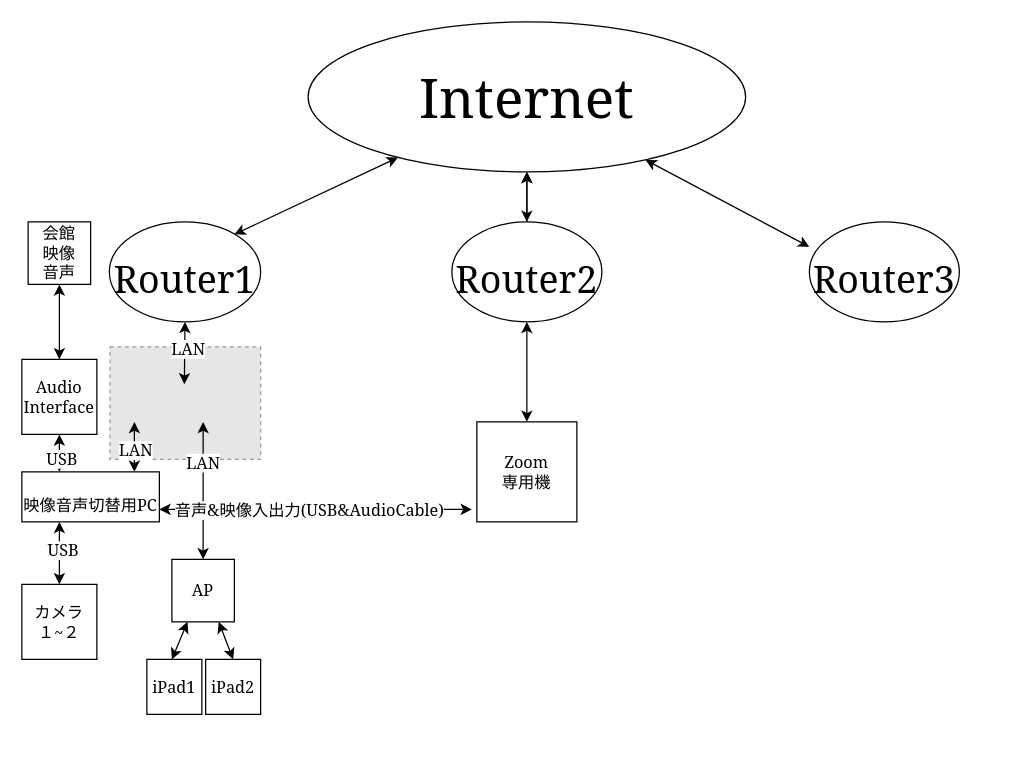
Earlier version of the draw.io diagram Untitled Diagram.drawio (SIGMA-L/storage2). Source tidied: cells renumbered, new cells numbered last; positions are measured from the earlier drawing's top-left corner, leaving out a move shared by most shapes. Both pictures are drawn from the tidied source at 125%, with x=0, y=0 at pixel (21, 21). Pictures stored in the file or linked from it are replaced by grey dashed boxes.
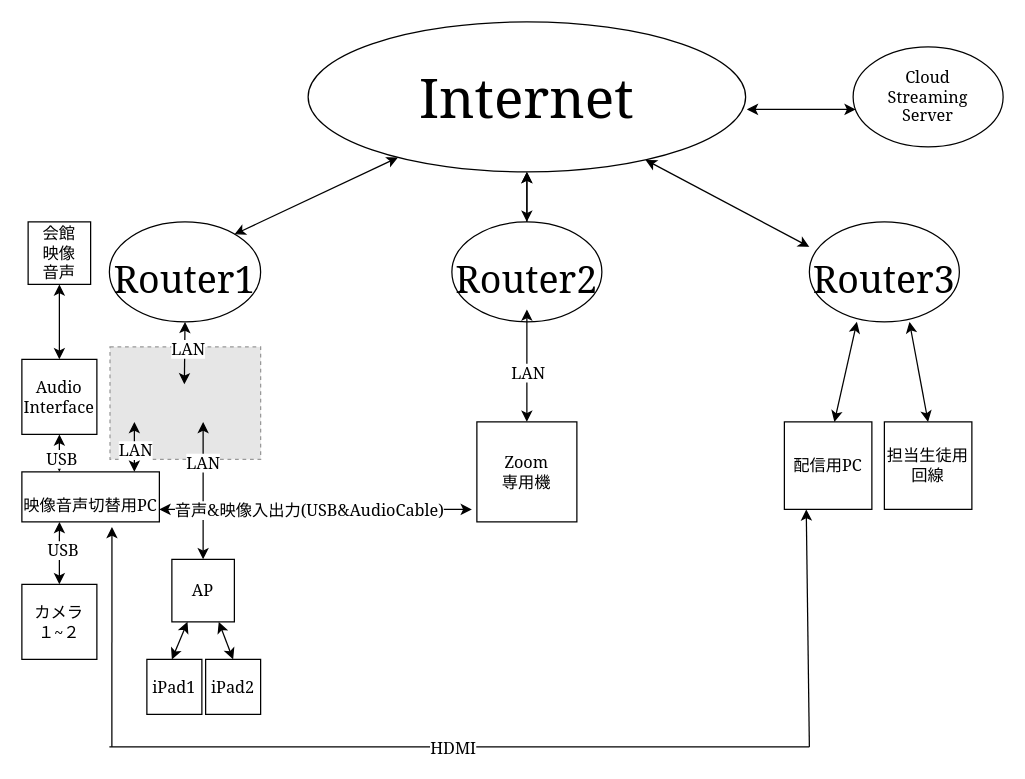
Above is the later version.

Unchanged cells that the change refers to:
```xml
<mxCell id="5" value="&lt;font style=&quot;font-size: 30px&quot;&gt;Router3&lt;/font&gt;" style="ellipse;whiteSpace=wrap;html=1;fontFamily=Georgia;fontSize=44;" parent="1" vertex="1">
  <mxGeometry x="630" y="160" width="120" height="80" as="geometry" />
</mxCell>
<mxCell id="7" value="&lt;font style=&quot;font-size: 30px&quot;&gt;Router2&lt;/font&gt;" style="ellipse;whiteSpace=wrap;html=1;fontFamily=Georgia;fontSize=44;" parent="1" vertex="1">
  <mxGeometry x="344" y="160" width="120" height="80" as="geometry" />
</mxCell>
<mxCell id="15" value="&lt;span style=&quot;font-size: 13px&quot;&gt;映像音声切替用PC&lt;/span&gt;" style="rounded=0;whiteSpace=wrap;html=1;fontFamily=Georgia;fontSize=30;" parent="1" vertex="1">
  <mxGeometry y="360" width="110" height="40" as="geometry" />
</mxCell>
<mxCell id="28" value="Zoom&lt;br&gt;専用機" style="whiteSpace=wrap;html=1;fontFamily=Georgia;fontSize=13;" parent="1" vertex="1">
  <mxGeometry x="364" y="320" width="80" height="80" as="geometry" />
</mxCell>
```

Change to the diagram source:
```diff
@@
-    <mxCell id="32" style="endArrow=classic;startArrow=classic;html=1;rounded=0;fontFamily=Georgia;fontSize=13;entryX=0.5;entryY=1;entryDx=0;entryDy=0;" parent="1" edge="1" target="7">
+    <mxCell id="32" style="endArrow=classic;startArrow=classic;html=1;rounded=0;fontFamily=Georgia;fontSize=13;entryX=0.5;entryY=1;entryDx=0;entryDy=0;exitX=0.5;exitY=0;exitDx=0;exitDy=0;" parent="1" edge="1" source="28">
       <mxGeometry relative="1" as="geometry">
-        <mxPoint x="404" y="320" as="sourcePoint" />
+        <mxPoint x="404" y="230" as="targetPoint" />
       </mxGeometry>
     </mxCell>
+    <mxCell id="35" value="LAN" style="edgeLabel;html=1;align=center;verticalAlign=middle;fontSize=13;fontFamily=Georgia;" parent="32" vertex="1">
+      <mxGeometry x="-0.25" y="1" relative="1" as="geometry">
+        <mxPoint x="1" y="-6" as="offset" />
+      </mxGeometry>
+    </mxCell>
@@
+    <mxCell id="36" value="配信用PC" style="whiteSpace=wrap;html=1;fontFamily=Georgia;fontSize=13;" parent="1" vertex="1">
+      <mxGeometry x="610" y="320" width="70" height="70" as="geometry" />
+    </mxCell>
+    <mxCell id="37" value="担当生徒用&lt;br&gt;回線" style="whiteSpace=wrap;html=1;fontFamily=Georgia;fontSize=13;" parent="1" vertex="1">
+      <mxGeometry x="690" y="320" width="70" height="70" as="geometry" />
+    </mxCell>
+    <mxCell id="38" style="endArrow=classic;startArrow=classic;html=1;rounded=0;fontFamily=Georgia;fontSize=13;entryX=0.317;entryY=1;entryDx=0;entryDy=0;entryPerimeter=0;" parent="1" edge="1" target="5">
+      <mxGeometry relative="1" as="geometry">
+        <mxPoint x="650" y="320" as="sourcePoint" />
+      </mxGeometry>
+    </mxCell>
+    <mxCell id="39" style="endArrow=classic;startArrow=classic;html=1;rounded=0;fontFamily=Georgia;fontSize=13;entryX=0.667;entryY=1;entryDx=0;entryDy=0;entryPerimeter=0;exitX=0.5;exitY=0;exitDx=0;exitDy=0;" parent="1" edge="1" source="37" target="5">
+      <mxGeometry relative="1" as="geometry" />
+    </mxCell>
+    <mxCell id="40" value="Cloud&lt;br&gt;Streaming&lt;br&gt;Server" style="ellipse;whiteSpace=wrap;html=1;fontFamily=Georgia;fontSize=13;" parent="1" vertex="1">
+      <mxGeometry x="665" y="20" width="120" height="80" as="geometry" />
+    </mxCell>
+    <mxCell id="41" style="endArrow=classic;startArrow=classic;html=1;rounded=0;fontFamily=Georgia;fontSize=13;entryX=0.017;entryY=0.625;entryDx=0;entryDy=0;entryPerimeter=0;" parent="1" edge="1" target="40">
+      <mxGeometry relative="1" as="geometry">
+        <mxPoint x="580" y="70" as="sourcePoint" />
+      </mxGeometry>
+    </mxCell>
+    <mxCell id="42" style="endArrow=classic;html=1;rounded=0;fontFamily=Georgia;fontSize=13;entryX=0.25;entryY=1;entryDx=0;entryDy=0;" parent="1" edge="1" target="36">
+      <mxGeometry relative="1" as="geometry">
+        <mxPoint x="630" y="580" as="sourcePoint" />
+      </mxGeometry>
+    </mxCell>
+    <mxCell id="43" style="endArrow=classic;html=1;rounded=0;fontFamily=Georgia;fontSize=13;entryX=0.655;entryY=1.1;entryDx=0;entryDy=0;entryPerimeter=0;" parent="1" edge="1" target="15">
+      <mxGeometry relative="1" as="geometry">
+        <mxPoint x="72" y="580" as="sourcePoint" />
+      </mxGeometry>
+    </mxCell>
+    <mxCell id="44" style="endArrow=none;html=1;rounded=0;fontFamily=Georgia;fontSize=13;" parent="1" edge="1">
+      <mxGeometry relative="1" as="geometry">
+        <mxPoint x="70" y="580" as="sourcePoint" />
+        <mxPoint x="630" y="580" as="targetPoint" />
+      </mxGeometry>
+    </mxCell>
+    <mxCell id="45" value="HDMI&lt;br&gt;" style="edgeLabel;html=1;align=center;verticalAlign=middle;fontSize=13;fontFamily=Georgia;" parent="44" vertex="1">
+      <mxGeometry x="-0.02" relative="1" as="geometry" />
+    </mxCell>
```
